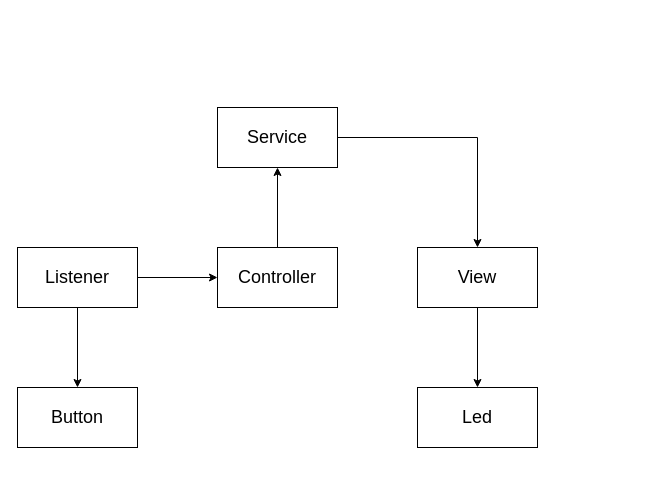
Earlier version of the draw.io diagram page "페이지-1" (1 of 2) of sw_design/architecture.drawio (Kang9609/StandLight_Clock). Source tidied: cells renumbered, new cells numbered last; positions are measured from the earlier drawing's top-left corner, leaving out a move shared by most shapes. Both pictures are drawn from the tidied source at 100%, with x=0, y=0 at pixel (17, 107).
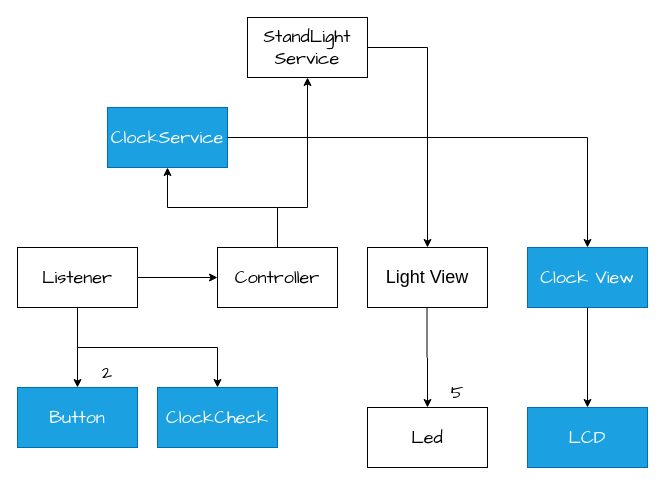
After the change.

The edit, as a diff of the source:
```diff
@@
-    <mxCell id="2" value="Button" style="whiteSpace=wrap;html=1;fontSize=18;" parent="1" vertex="1">
+    <mxCell id="2" value="&lt;font face=&quot;Comic Sans MS&quot;&gt;Button&lt;/font&gt;" style="whiteSpace=wrap;html=1;fontSize=18;rounded=0;fillColor=#1ba1e2;fontColor=#ffffff;strokeColor=#006EAF;" parent="1" vertex="1">
       <mxGeometry y="280" width="120" height="60" as="geometry" />
     </mxCell>
-    <mxCell id="3" style="edgeStyle=none;html=1;fontSize=18;" parent="1" edge="1" source="5" target="2">
+    <mxCell id="3" style="edgeStyle=none;html=1;fontSize=18;rounded=0;" parent="1" edge="1" source="5" target="2">
       <mxGeometry relative="1" as="geometry" />
     </mxCell>
-    <mxCell id="4" style="edgeStyle=none;html=1;fontSize=18;" parent="1" edge="1" source="5" target="7">
+    <mxCell id="4" style="edgeStyle=none;html=1;fontSize=18;rounded=0;" parent="1" edge="1" source="5" target="7">
       <mxGeometry relative="1" as="geometry" />
     </mxCell>
-    <mxCell id="5" value="Listener" style="whiteSpace=wrap;html=1;fontSize=18;" parent="1" vertex="1">
+    <mxCell id="5" value="&lt;font face=&quot;Comic Sans MS&quot;&gt;Listener&lt;/font&gt;" style="whiteSpace=wrap;html=1;fontSize=18;rounded=0;" parent="1" vertex="1">
       <mxGeometry y="140" width="120" height="60" as="geometry" />
     </mxCell>
-    <mxCell id="6" style="edgeStyle=none;html=1;fontSize=18;" parent="1" edge="1" source="7" target="12">
-      <mxGeometry relative="1" as="geometry" />
-    </mxCell>
-    <mxCell id="7" value="Controller" style="whiteSpace=wrap;html=1;fontSize=18;" parent="1" vertex="1">
+    <mxCell id="7" value="&lt;font face=&quot;Comic Sans MS&quot;&gt;Controller&lt;/font&gt;" style="whiteSpace=wrap;html=1;fontSize=18;rounded=0;" parent="1" vertex="1">
       <mxGeometry x="200" y="140" width="120" height="60" as="geometry" />
     </mxCell>
-    <mxCell id="8" style="edgeStyle=none;html=1;fontSize=18;" parent="1" edge="1" source="9" target="10">
-      <mxGeometry relative="1" as="geometry" />
+    <mxCell id="8" style="edgeStyle=none;html=1;fontSize=18;rounded=0;entryX=0;entryY=1;entryDx=0;entryDy=0;" parent="1" edge="1" target="16">
+      <mxGeometry relative="1" as="geometry">
+        <mxPoint x="410" y="250" as="sourcePoint" />
+      </mxGeometry>
     </mxCell>
-    <mxCell id="9" value="View" style="whiteSpace=wrap;html=1;fontSize=18;" parent="1" vertex="1">
-      <mxGeometry x="400" y="140" width="120" height="60" as="geometry" />
+    <mxCell id="9" value="Light View" style="whiteSpace=wrap;html=1;fontSize=18;rounded=0;" parent="1" vertex="1">
+      <mxGeometry x="350" y="140" width="120" height="60" as="geometry" />
     </mxCell>
-    <mxCell id="10" value="Led" style="whiteSpace=wrap;html=1;fontSize=18;" parent="1" vertex="1">
-      <mxGeometry x="400" y="280" width="120" height="60" as="geometry" />
+    <mxCell id="10" value="&lt;font face=&quot;Comic Sans MS&quot;&gt;Led&lt;/font&gt;" style="whiteSpace=wrap;html=1;fontSize=18;rounded=0;" parent="1" vertex="1">
+      <mxGeometry x="350" y="300" width="120" height="60" as="geometry" />
     </mxCell>
@@
-    <mxCell id="12" value="Service" style="whiteSpace=wrap;html=1;fontSize=18;" parent="1" vertex="1">
-      <mxGeometry x="200" width="120" height="60" as="geometry" />
+    <mxCell id="12" value="StandLight&lt;br&gt;Service" style="whiteSpace=wrap;html=1;fontSize=18;rounded=0;fontFamily=Comic Sans MS;" parent="1" vertex="1">
+      <mxGeometry x="230" y="-90" width="120" height="60" as="geometry" />
     </mxCell>
+    <mxCell id="13" value="&lt;font face=&quot;Comic Sans MS&quot; style=&quot;font-size: 18px&quot;&gt;LCD&lt;/font&gt;" style="rounded=0;whiteSpace=wrap;html=1;fillColor=#1ba1e2;fontColor=#ffffff;strokeColor=#006EAF;" parent="1" vertex="1">
+      <mxGeometry x="510" y="300" width="120" height="60" as="geometry" />
+    </mxCell>
+    <mxCell id="14" style="endArrow=none;html=1;fontFamily=Comic Sans MS;fontSize=18;" parent="1" edge="1">
+      <mxGeometry relative="1" as="geometry">
+        <mxPoint x="409.5" y="250" as="sourcePoint" />
+        <mxPoint x="409.5" y="200" as="targetPoint" />
+      </mxGeometry>
+    </mxCell>
+    <mxCell id="15" value="2" style="text;html=1;strokeColor=none;fillColor=none;align=center;verticalAlign=middle;whiteSpace=wrap;rounded=0;fontFamily=Comic Sans MS;fontSize=18;" parent="1" vertex="1">
+      <mxGeometry x="60" y="250" width="60" height="30" as="geometry" />
+    </mxCell>
+    <mxCell id="16" value="5" style="text;html=1;strokeColor=none;fillColor=none;align=center;verticalAlign=middle;whiteSpace=wrap;rounded=0;fontFamily=Comic Sans MS;fontSize=18;" parent="1" vertex="1">
+      <mxGeometry x="410" y="270" width="60" height="30" as="geometry" />
+    </mxCell>
+    <mxCell id="17" value="ClockService" style="rounded=0;whiteSpace=wrap;html=1;fontFamily=Comic Sans MS;fontSize=18;fillColor=#1ba1e2;fontColor=#ffffff;strokeColor=#006EAF;" parent="1" vertex="1">
+      <mxGeometry x="90" width="120" height="60" as="geometry" />
+    </mxCell>
+    <mxCell id="18" style="endArrow=classic;html=1;fontFamily=Comic Sans MS;fontSize=18;entryX=0.5;entryY=1;entryDx=0;entryDy=0;" parent="1" edge="1" target="17">
+      <mxGeometry relative="1" as="geometry">
+        <mxPoint x="150" y="100" as="sourcePoint" />
+      </mxGeometry>
+    </mxCell>
+    <mxCell id="19" style="endArrow=none;html=1;fontFamily=Comic Sans MS;fontSize=18;" parent="1" edge="1">
+      <mxGeometry relative="1" as="geometry">
+        <mxPoint x="150" y="100" as="sourcePoint" />
+        <mxPoint x="260" y="100" as="targetPoint" />
+      </mxGeometry>
+    </mxCell>
+    <mxCell id="20" style="endArrow=none;html=1;fontFamily=Comic Sans MS;fontSize=18;exitX=1;exitY=0.5;exitDx=0;exitDy=0;" parent="1" edge="1" source="17">
+      <mxGeometry relative="1" as="geometry">
+        <mxPoint x="570" y="30" as="targetPoint" />
+      </mxGeometry>
+    </mxCell>
+    <mxCell id="21" value="Clock View" style="rounded=0;whiteSpace=wrap;html=1;fontFamily=Comic Sans MS;fontSize=18;fillColor=#1ba1e2;fontColor=#ffffff;strokeColor=#006EAF;" parent="1" vertex="1">
+      <mxGeometry x="510" y="140" width="120" height="60" as="geometry" />
+    </mxCell>
+    <mxCell id="22" style="endArrow=classic;html=1;fontFamily=Comic Sans MS;fontSize=18;entryX=0.5;entryY=0;entryDx=0;entryDy=0;" parent="1" edge="1" target="21">
+      <mxGeometry relative="1" as="geometry">
+        <mxPoint x="570" y="30" as="sourcePoint" />
+      </mxGeometry>
+    </mxCell>
+    <mxCell id="23" style="endArrow=classic;html=1;fontFamily=Comic Sans MS;fontSize=18;entryX=0.5;entryY=0;entryDx=0;entryDy=0;" parent="1" edge="1" target="13">
+      <mxGeometry relative="1" as="geometry">
+        <mxPoint x="570" y="200" as="sourcePoint" />
+      </mxGeometry>
+    </mxCell>
+    <mxCell id="24" value="ClockCheck" style="rounded=0;whiteSpace=wrap;html=1;fontFamily=Comic Sans MS;fontSize=18;fillColor=#1ba1e2;fontColor=#ffffff;strokeColor=#006EAF;" parent="1" vertex="1">
+      <mxGeometry x="140" y="280" width="120" height="60" as="geometry" />
+    </mxCell>
+    <mxCell id="25" style="endArrow=classic;html=1;fontFamily=Comic Sans MS;fontSize=18;entryX=0.5;entryY=0;entryDx=0;entryDy=0;" parent="1" edge="1" target="24">
+      <mxGeometry relative="1" as="geometry">
+        <mxPoint x="200" y="240" as="sourcePoint" />
+      </mxGeometry>
+    </mxCell>
+    <mxCell id="26" style="endArrow=none;html=1;fontFamily=Comic Sans MS;fontSize=18;" parent="1" edge="1">
+      <mxGeometry relative="1" as="geometry">
+        <mxPoint x="60" y="240" as="sourcePoint" />
+        <mxPoint x="200" y="240" as="targetPoint" />
+      </mxGeometry>
+    </mxCell>
+    <mxCell id="27" style="endArrow=none;html=1;fontFamily=Comic Sans MS;fontSize=18;exitX=0.5;exitY=0;exitDx=0;exitDy=0;" parent="1" edge="1" source="7">
+      <mxGeometry relative="1" as="geometry">
+        <mxPoint x="260" y="100" as="targetPoint" />
+      </mxGeometry>
+    </mxCell>
+    <mxCell id="28" style="endArrow=none;html=1;fontFamily=Comic Sans MS;fontSize=18;" parent="1" edge="1">
+      <mxGeometry relative="1" as="geometry">
+        <mxPoint x="260" y="100" as="sourcePoint" />
+        <mxPoint x="290" y="100" as="targetPoint" />
+      </mxGeometry>
+    </mxCell>
+    <mxCell id="29" style="endArrow=classic;html=1;fontFamily=Comic Sans MS;fontSize=18;entryX=0.5;entryY=1;entryDx=0;entryDy=0;" parent="1" edge="1" target="12">
+      <mxGeometry relative="1" as="geometry">
+        <mxPoint x="290" y="100" as="sourcePoint" />
+      </mxGeometry>
+    </mxCell>
```
